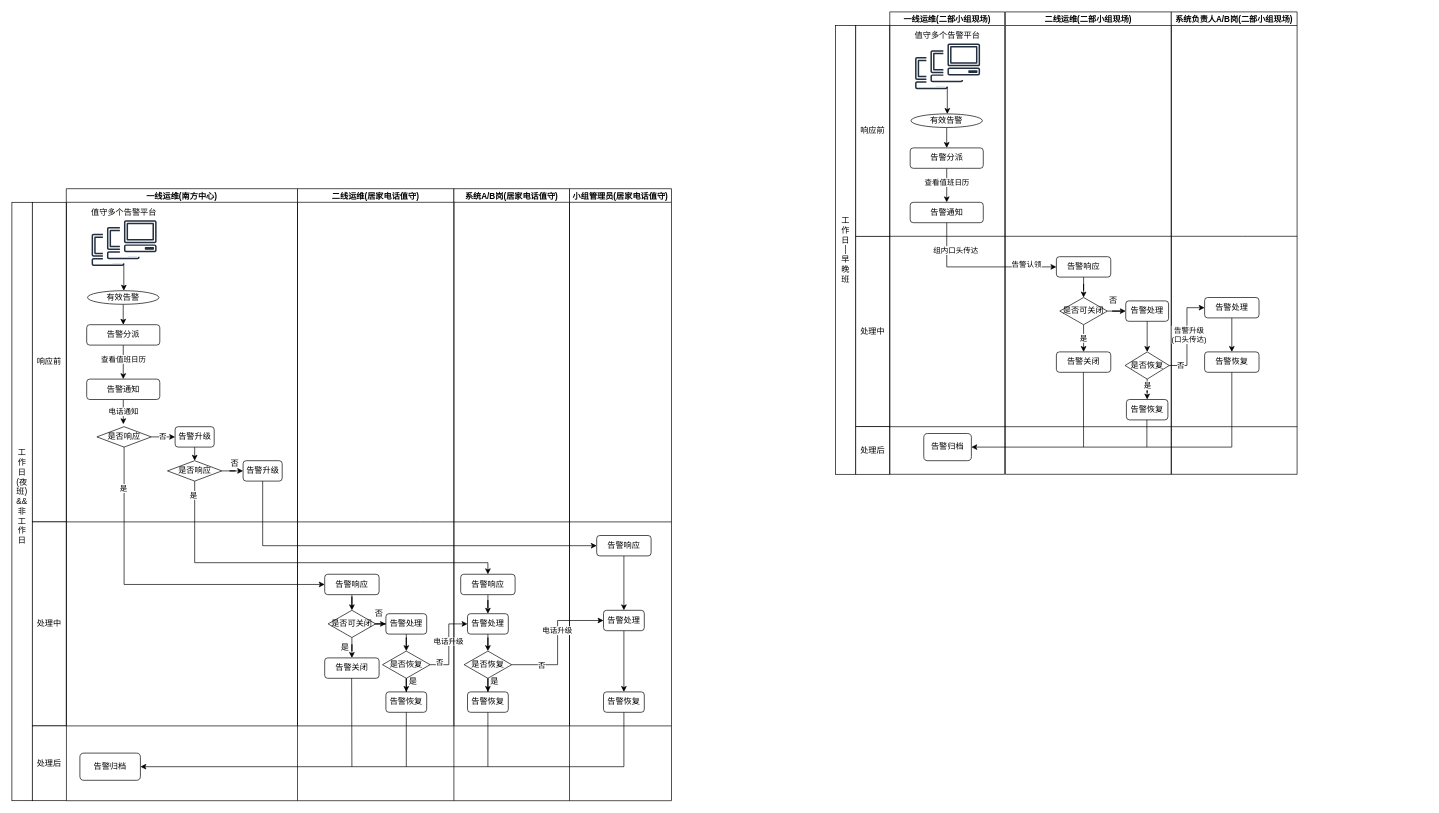
The draw.io diagram 协作流程 (1).drawio in jaywin2u/practices, before the edit. Source tidied: cells renumbered, new cells numbered last; positions are measured from the earlier drawing's top-left corner, leaving out a move shared by most shapes. Both pictures are drawn from the tidied source at 68%, with x=0, y=0 at pixel (12, 12).
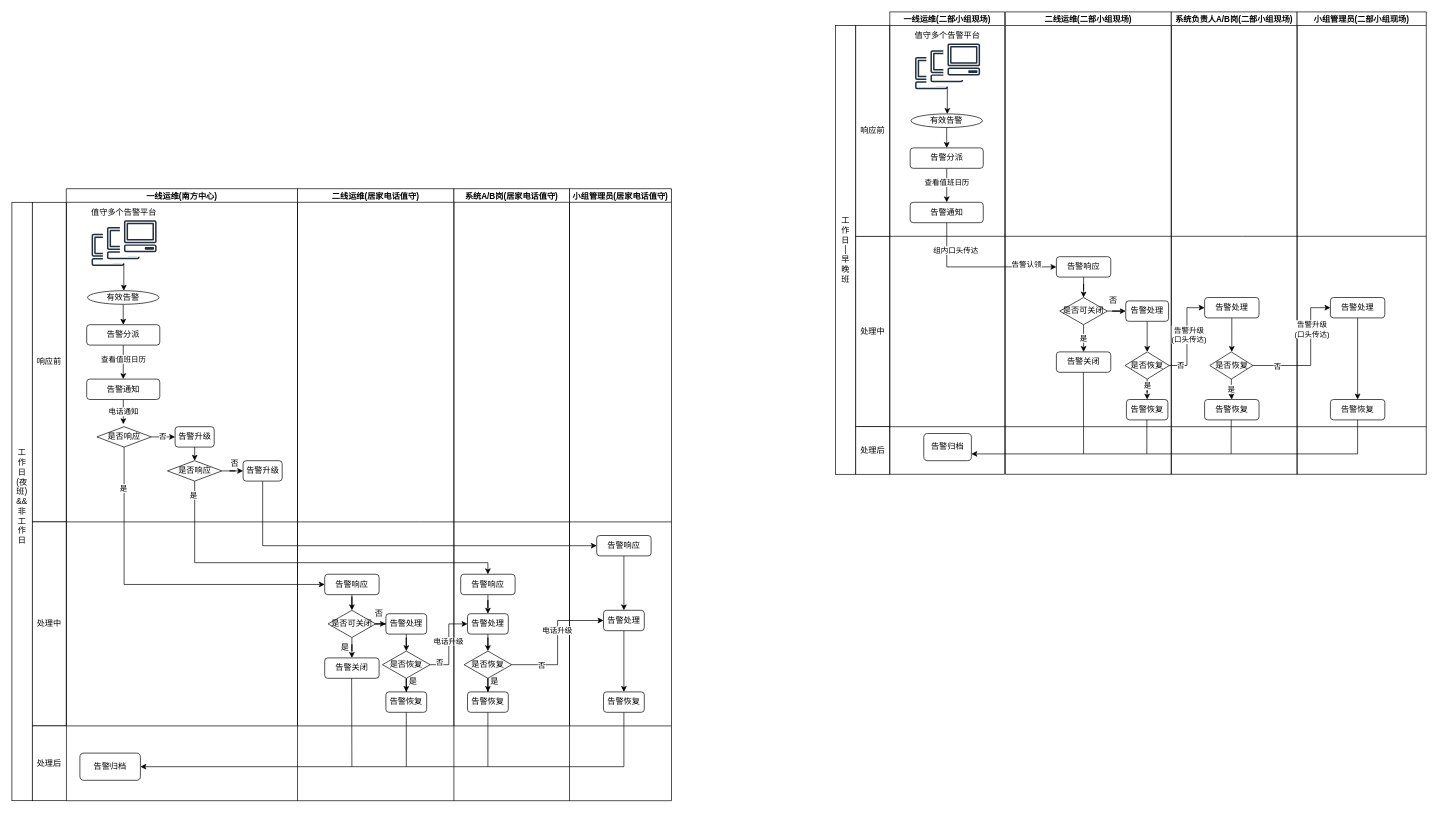
Above is the later version.

Commit message:
更新协作流程 (1).drawio

The change refers to these unchanged cells:
```xml
<mxCell id="6" value="一线运维(二部小组现场)" style="swimlane;startSize=20;" parent="1" vertex="1">
  <mxGeometry x="1291" width="169" height="680" as="geometry" />
</mxCell>
<mxCell id="20" value="告警归档" style="rounded=1;whiteSpace=wrap;html=1;" parent="6" vertex="1">
  <mxGeometry x="50" y="620" width="70" height="40" as="geometry" />
</mxCell>
<mxCell id="21" value="二线运维(二部小组现场)" style="swimlane;startSize=20;" parent="1" vertex="1">
  <mxGeometry x="1461" width="244" height="680" as="geometry" />
</mxCell>
<mxCell id="40" value="系统负责人A/B岗(二部小组现场)" style="swimlane;startSize=20;" parent="1" vertex="1">
  <mxGeometry x="1705" width="185" height="680" as="geometry" />
</mxCell>
```

What changed in the source:
```diff
@@
     <mxCell id="18" style="endArrow=none;html=1;rounded=0;" parent="6" edge="1">
       <mxGeometry relative="1" as="geometry">
         <mxPoint y="330" as="sourcePoint" />
-        <mxPoint x="599" y="330" as="targetPoint" />
+        <mxPoint x="789" y="330" as="targetPoint" />
         <Array as="points">
           <mxPoint x="519" y="330" />
         </Array>
       </mxGeometry>
     </mxCell>
     <mxCell id="19" style="endArrow=none;html=1;rounded=0;" parent="6" edge="1">
       <mxGeometry relative="1" as="geometry">
         <mxPoint x="-1" y="610" as="sourcePoint" />
-        <mxPoint x="599" y="610" as="targetPoint" />
+        <mxPoint x="789" y="610" as="targetPoint" />
       </mxGeometry>
     </mxCell>
@@
     <mxCell id="34" style="endArrow=none;html=1;rounded=0;" parent="21" edge="1">
       <mxGeometry relative="1" as="geometry">
-        <mxPoint x="115" y="640" as="sourcePoint" />
+        <mxPoint x="115" y="650" as="sourcePoint" />
         <mxPoint x="114.7" y="530" as="targetPoint" />
       </mxGeometry>
     </mxCell>
@@
     <mxCell id="36" style="endArrow=none;html=1;rounded=0;" parent="21" edge="1">
       <mxGeometry relative="1" as="geometry">
-        <mxPoint x="208.1" y="640" as="sourcePoint" />
+        <mxPoint x="208" y="650" as="sourcePoint" />
         <mxPoint x="208.1" y="600" as="targetPoint" />
       </mxGeometry>
     </mxCell>
@@
-    <mxCell id="43" value="告警恢复" style="rounded=1;whiteSpace=wrap;html=1;" parent="40" vertex="1">
-      <mxGeometry x="49" y="500" width="80" height="30" as="geometry" />
-    </mxCell>
+    <mxCell id="125" value="是" style="edgeStyle=orthogonalEdgeStyle;rounded=0;jettySize=auto;html=1;" parent="40" edge="1" source="126" target="127">
+      <mxGeometry relative="1" as="geometry" />
+    </mxCell>
+    <mxCell id="126" value="是否恢复" style="rhombus;whiteSpace=wrap;html=1;" parent="40" vertex="1">
+      <mxGeometry x="56.5" y="500" width="63.5" height="40" as="geometry" />
+    </mxCell>
+    <mxCell id="127" value="告警恢复" style="rounded=1;whiteSpace=wrap;html=1;" parent="40" vertex="1">
+      <mxGeometry x="49" y="570" width="80" height="30" as="geometry" />
+    </mxCell>
+    <mxCell id="128" style="endArrow=none;html=1;rounded=0;" parent="40" edge="1">
+      <mxGeometry relative="1" as="geometry">
+        <mxPoint x="88" y="650" as="sourcePoint" />
+        <mxPoint x="88.1" y="600" as="targetPoint" />
+      </mxGeometry>
+    </mxCell>
@@
-    <mxCell id="47" style="edgeStyle=orthogonalEdgeStyle;rounded=0;jettySize=auto;html=1;entryX=1;entryY=0.5;entryDx=0;entryDy=0;" parent="1" edge="1" source="43" target="20">
-      <mxGeometry relative="1" as="geometry">
-        <Array as="points">
-          <mxPoint x="1794" y="640" />
-        </Array>
-      </mxGeometry>
-    </mxCell>
@@
+    <mxCell id="129" value="小组管理员(二部小组现场)" style="swimlane;startSize=20;" parent="1" vertex="1">
+      <mxGeometry x="1890" width="190" height="680" as="geometry" />
+    </mxCell>
+    <mxCell id="130" style="edgeStyle=orthogonalEdgeStyle;rounded=0;jettySize=auto;html=1;entryX=0.5;entryY=0;entryDx=0;entryDy=0;" parent="129" edge="1" source="131" target="132">
+      <mxGeometry relative="1" as="geometry" />
+    </mxCell>
+    <mxCell id="131" value="告警处理" style="rounded=1;whiteSpace=wrap;html=1;" parent="129" vertex="1">
+      <mxGeometry x="49" y="420" width="80" height="30" as="geometry" />
+    </mxCell>
+    <mxCell id="132" value="告警恢复" style="rounded=1;whiteSpace=wrap;html=1;" parent="129" vertex="1">
+      <mxGeometry x="49" y="570" width="80" height="30" as="geometry" />
+    </mxCell>
+    <mxCell id="133" style="edgeStyle=orthogonalEdgeStyle;rounded=0;jettySize=auto;html=1;entryX=0;entryY=0.5;entryDx=0;entryDy=0;" parent="1" edge="1" source="126" target="131">
+      <mxGeometry relative="1" as="geometry">
+        <Array as="points">
+          <mxPoint x="1910" y="520" />
+          <mxPoint x="1910" y="435" />
+        </Array>
+      </mxGeometry>
+    </mxCell>
+    <mxCell id="134" value="否" style="edgeLabel;html=1;align=center;verticalAlign=middle;" parent="133" vertex="1">
+      <mxGeometry x="-0.65" relative="1" as="geometry" />
+    </mxCell>
+    <mxCell id="135" value="告警升级&lt;div&gt;(口头传达)&lt;/div&gt;" style="edgeLabel;html=1;align=center;verticalAlign=middle;" parent="133" vertex="1">
+      <mxGeometry x="0.4" y="-1" relative="1" as="geometry" />
+    </mxCell>
+    <mxCell id="136" style="edgeStyle=orthogonalEdgeStyle;rounded=0;jettySize=auto;html=1;entryX=1;entryY=0.75;entryDx=0;entryDy=0;" parent="1" edge="1" source="132" target="20">
+      <mxGeometry relative="1" as="geometry">
+        <Array as="points">
+          <mxPoint x="1979" y="650" />
+        </Array>
+      </mxGeometry>
+    </mxCell>
```
